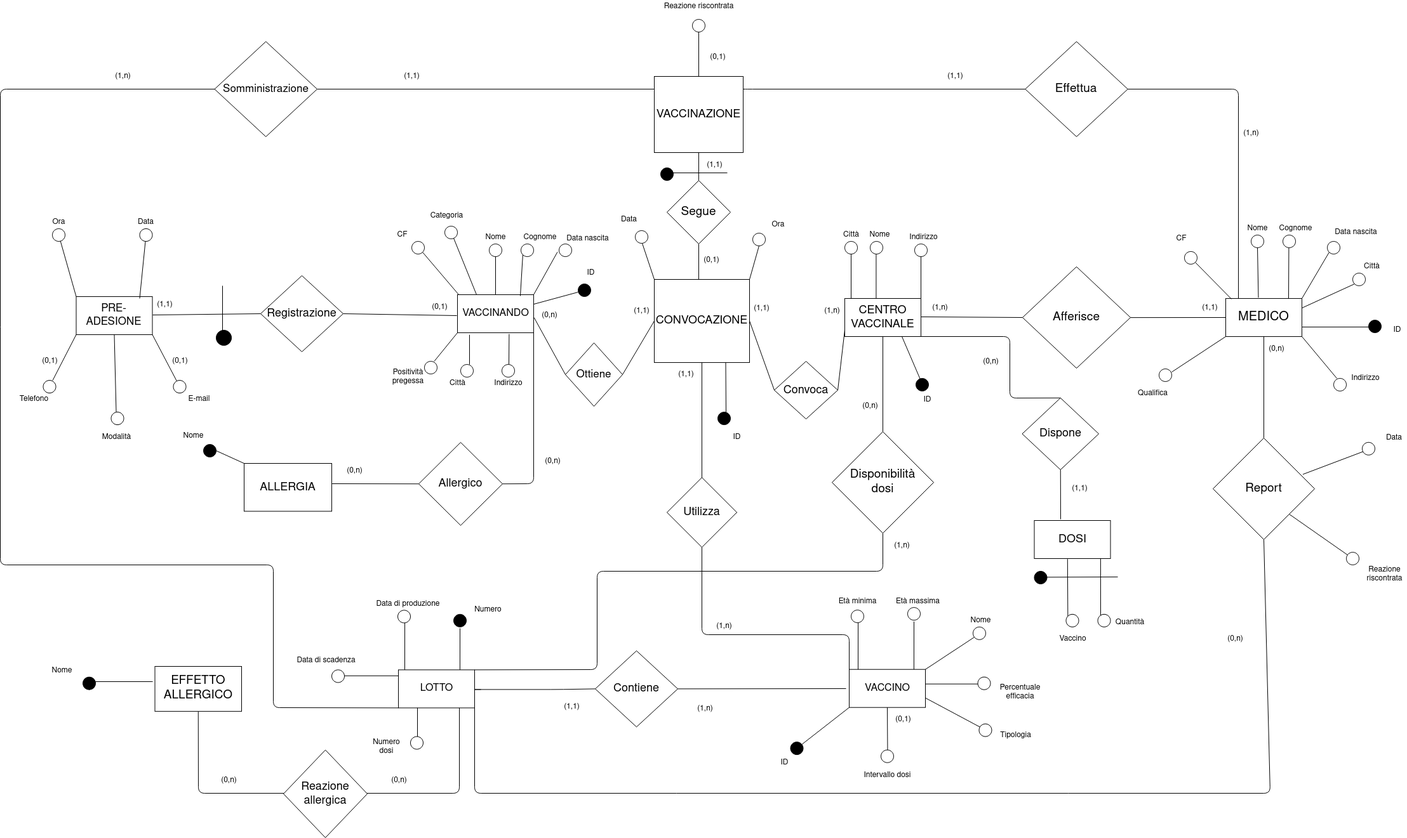
shaggyishere/VaccineDatabase keeps this draw.io diagram as bd/ERristrutturato.png. Above is the earlier version. Source tidied: cells renumbered, new cells last; positions are measured from the earlier drawing's top-left corner, leaving out a move shared by most shapes.
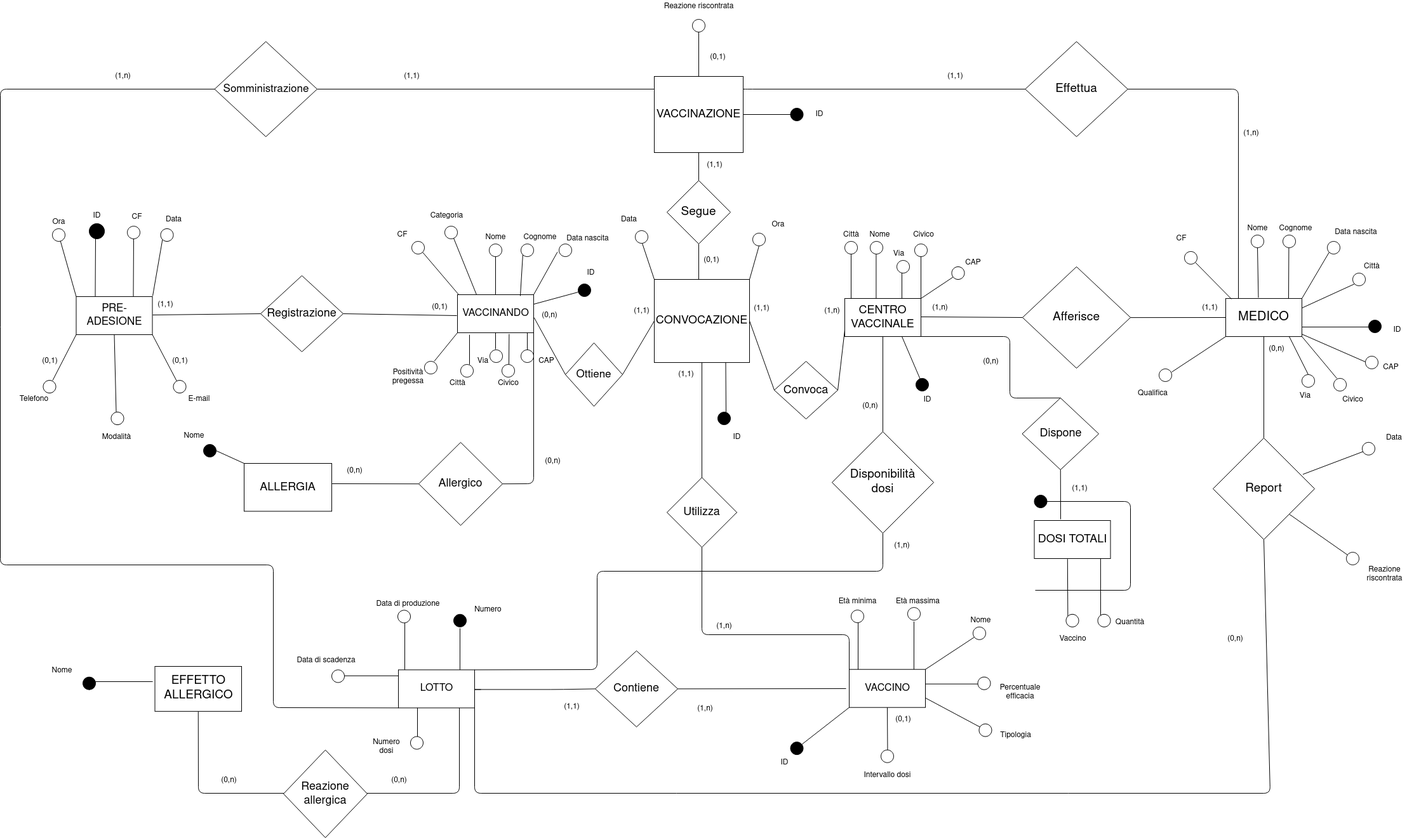
After the commit.

The edit, as a diff of the source:
```diff
@@ -50,8 +50,8 @@
     <mxCell id="15" value="&lt;font style=&quot;font-size: 18px&quot;&gt;VACCINAZIONE&lt;/font&gt;" style="rectangle;whiteSpace=wrap;html=1;strokeWidth=1;fillColor=#FFFFFF;" parent="1" vertex="1">
       <mxGeometry x="1030" y="120" width="140" height="120" as="geometry" />
     </mxCell>
-    <mxCell id="16" value="Indirizzo" style="text;html=1;align=center;verticalAlign=middle;strokeColor=none;" parent="1" vertex="1">
-      <mxGeometry x="1424" y="364" width="60" height="20" as="geometry" />
+    <mxCell id="16" value="Via" style="text;html=1;align=center;verticalAlign=middle;strokeColor=none;" parent="1" vertex="1">
+      <mxGeometry x="1400" y="390" width="30" height="20" as="geometry" />
     </mxCell>
     <mxCell id="17" style="endArrow=none;html=1;exitX=1.024;exitY=0.507;exitDx=0;exitDy=0;exitPerimeter=0;entryX=0;entryY=0.5;entryDx=0;entryDy=0;" parent="1" edge="1" target="19">
       <mxGeometry relative="1" as="geometry">
@@ -177,17 +177,16 @@
     <mxCell id="45" value="&lt;font style=&quot;font-size: 17px&quot;&gt;PRE-ADESIONE&lt;/font&gt;" style="rounded=0;whiteSpace=wrap;html=1;" parent="1" vertex="1">
       <mxGeometry x="119.5" y="467" width="120" height="60" as="geometry" />
     </mxCell>
-    <mxCell id="46" style="endArrow=none;html=1;exitX=0.669;exitY=0.192;exitDx=0;exitDy=0;exitPerimeter=0;" parent="1" edge="1">
+    <mxCell id="46" style="endArrow=none;html=1;entryX=0;entryY=1;entryDx=0;entryDy=0;" parent="1" edge="1" target="47">
       <mxGeometry relative="1" as="geometry">
-        <mxPoint x="219.5" y="470" as="sourcePoint" />
-        <mxPoint x="229.5" y="370" as="targetPoint" />
+        <mxPoint x="240" y="466" as="sourcePoint" />
       </mxGeometry>
     </mxCell>
     <mxCell id="47" style="ellipse;whiteSpace=wrap;html=1;strokeWidth=1;" parent="1" vertex="1">
-      <mxGeometry x="219.5" y="360" width="20" height="20" as="geometry" />
+      <mxGeometry x="252.5" y="360" width="20" height="20" as="geometry" />
     </mxCell>
     <mxCell id="48" value="Data " style="text;html=1;align=center;verticalAlign=middle;strokeColor=none;" parent="1" vertex="1">
-      <mxGeometry x="209.5" y="340" width="40" height="20" as="geometry" />
+      <mxGeometry x="252.5" y="336" width="40" height="20" as="geometry" />
     </mxCell>
     <mxCell id="49" style="endArrow=none;html=1;exitX=0;exitY=0;exitDx=0;exitDy=0;" parent="1" edge="1">
       <mxGeometry relative="1" as="geometry">
@@ -316,8 +315,8 @@
     <mxCell id="83" style="ellipse;whiteSpace=wrap;html=1;strokeWidth=1;" parent="1" vertex="1">
       <mxGeometry x="725" y="574" width="20" height="20" as="geometry" />
     </mxCell>
-    <mxCell id="84" value="Indirizzo" style="text;html=1;align=center;verticalAlign=middle;strokeColor=none;" parent="1" vertex="1">
-      <mxGeometry x="770" y="594" width="60" height="20" as="geometry" />
+    <mxCell id="84" value="Civico" style="text;html=1;align=center;verticalAlign=middle;strokeColor=none;" parent="1" vertex="1">
+      <mxGeometry x="775" y="594" width="50" height="20" as="geometry" />
     </mxCell>
     <mxCell id="85" value="Città" style="text;html=1;align=center;verticalAlign=middle;strokeColor=none;" parent="1" vertex="1">
       <mxGeometry x="700" y="594" width="40" height="20" as="geometry" />
@@ -491,8 +490,8 @@
     <mxCell id="132" value="Città" style="text;html=1;align=center;verticalAlign=middle;strokeColor=none;" parent="1" vertex="1">
       <mxGeometry x="2140" y="410" width="40" height="20" as="geometry" />
     </mxCell>
-    <mxCell id="133" value="Indirizzo" style="text;html=1;align=center;verticalAlign=middle;strokeColor=none;" parent="1" vertex="1">
-      <mxGeometry x="2120" y="586" width="60" height="20" as="geometry" />
+    <mxCell id="133" value="Via" style="text;html=1;align=center;verticalAlign=middle;strokeColor=none;" parent="1" vertex="1">
+      <mxGeometry x="2040" y="614" width="30" height="20" as="geometry" />
     </mxCell>
     <mxCell id="134" style="endArrow=none;html=1;entryX=0;entryY=1;entryDx=0;entryDy=0;" parent="1" edge="1" target="115">
       <mxGeometry relative="1" as="geometry">
@@ -514,14 +513,13 @@
     <mxCell id="139" value="(1,1)" style="text;html=1;align=center;verticalAlign=middle;strokeColor=none;" parent="1" vertex="1">
       <mxGeometry x="1885" y="475" width="40" height="20" as="geometry" />
     </mxCell>
-    <mxCell id="140" style="endArrow=none;html=1;" parent="1" edge="1">
+    <mxCell id="140" style="endArrow=none;html=1;exitX=0.25;exitY=0;exitDx=0;exitDy=0;" parent="1" edge="1" source="45">
       <mxGeometry relative="1" as="geometry">
-        <mxPoint x="350" y="450" as="sourcePoint" />
-        <mxPoint x="350" y="530" as="targetPoint" />
+        <mxPoint x="150" y="370" as="targetPoint" />
       </mxGeometry>
     </mxCell>
     <mxCell id="141" style="ellipse;whiteSpace=wrap;html=1;strokeWidth=1;fillColor=#000000;" parent="1" vertex="1">
-      <mxGeometry x="340" y="520" width="24" height="24" as="geometry" />
+      <mxGeometry x="140" y="352" width="24" height="24" as="geometry" />
     </mxCell>
     <mxCell id="142" value="&lt;font style=&quot;font-size: 18px&quot;&gt;Allergico &lt;br&gt;&lt;/font&gt;" style="rhombus;whiteSpace=wrap;html=1;fillColor=#FFFFFF;" parent="1" vertex="1">
       <mxGeometry x="659" y="696.8" width="132" height="130.9" as="geometry" />
@@ -797,15 +795,6 @@
     <mxCell id="212" value="(1,1)" style="text;html=1;align=center;verticalAlign=middle;strokeColor=none;" parent="1" vertex="1">
       <mxGeometry x="1105" y="250" width="40" height="20" as="geometry" />
     </mxCell>
-    <mxCell id="213" style="endArrow=none;html=1;" parent="1" edge="1">
-      <mxGeometry relative="1" as="geometry">
-        <mxPoint x="1145" y="272" as="sourcePoint" />
-        <mxPoint x="1055" y="272" as="targetPoint" />
-      </mxGeometry>
-    </mxCell>
-    <mxCell id="214" style="ellipse;whiteSpace=wrap;html=1;strokeWidth=1;fillColor=#000000;" parent="1" vertex="1">
-      <mxGeometry x="1040" y="264" width="20" height="20" as="geometry" />
-    </mxCell>
     <mxCell id="215" style="endArrow=none;html=1;entryX=1;entryY=0;entryDx=0;entryDy=0;" parent="1" edge="1" target="106">
       <mxGeometry relative="1" as="geometry">
         <mxPoint x="1540" y="1000" as="sourcePoint" />
@@ -842,7 +831,7 @@
     <mxCell id="223" value="&lt;font style=&quot;font-size: 18px&quot;&gt;Dispone&lt;/font&gt;" style="rhombus;whiteSpace=wrap;html=1;strokeWidth=1;fillColor=#FFFFFF;" parent="1" vertex="1">
       <mxGeometry x="1609.5" y="626.8" width="120.5" height="113.2" as="geometry" />
     </mxCell>
-    <mxCell id="224" value="&lt;font style=&quot;font-size: 18px&quot;&gt;DOSI&lt;/font&gt;" style="whiteSpace=wrap;html=1;strokeWidth=1;fillColor=#FFFFFF;" parent="1" vertex="1">
+    <mxCell id="224" value="&lt;font style=&quot;font-size: 18px&quot;&gt;DOSI TOTALI&lt;br&gt;&lt;/font&gt;" style="whiteSpace=wrap;html=1;strokeWidth=1;fillColor=#FFFFFF;" parent="1" vertex="1">
       <mxGeometry x="1628.5" y="820" width="120" height="60" as="geometry" />
     </mxCell>
     <mxCell id="225" style="endArrow=none;html=1;entryX=0.5;entryY=1;entryDx=0;entryDy=0;" parent="1" edge="1" target="223">
@@ -876,14 +865,109 @@
     <mxCell id="233" value="(1,1)" style="text;html=1;align=center;verticalAlign=middle;strokeColor=none;" parent="1" vertex="1">
       <mxGeometry x="1680" y="760" width="40" height="20" as="geometry" />
     </mxCell>
-    <mxCell id="234" style="endArrow=none;html=1;" parent="1" edge="1">
+    <mxCell id="234" style="endArrow=none;html=1;exitX=1;exitY=0.5;exitDx=0;exitDy=0;" parent="1" edge="1" source="235">
       <mxGeometry relative="1" as="geometry">
-        <mxPoint x="1638.5" y="909.4" as="sourcePoint" />
-        <mxPoint x="1760" y="909" as="targetPoint" />
+        <mxPoint x="1630" y="930" as="targetPoint" />
+        <Array as="points">
+          <mxPoint x="1780" y="790" />
+          <mxPoint x="1780" y="930" />
+        </Array>
       </mxGeometry>
     </mxCell>
     <mxCell id="235" style="ellipse;whiteSpace=wrap;html=1;strokeWidth=1;fillColor=#000000;" parent="1" vertex="1">
-      <mxGeometry x="1628.5" y="900" width="20" height="20" as="geometry" />
+      <mxGeometry x="1628.5" y="780" width="20" height="20" as="geometry" />
     </mxCell>
+    <mxCell id="236" value="ID" style="text;html=1;align=center;verticalAlign=middle;strokeColor=none;" parent="1" vertex="1">
+      <mxGeometry x="137" y="330" width="30" height="20" as="geometry" />
+    </mxCell>
+    <mxCell id="237" style="endArrow=none;html=1;exitX=0.75;exitY=0;exitDx=0;exitDy=0;" parent="1" edge="1" source="45">
+      <mxGeometry relative="1" as="geometry">
+        <mxPoint x="210" y="370" as="targetPoint" />
+      </mxGeometry>
+    </mxCell>
+    <mxCell id="238" style="ellipse;whiteSpace=wrap;html=1;strokeWidth=1;" parent="1" vertex="1">
+      <mxGeometry x="200" y="356" width="20" height="20" as="geometry" />
+    </mxCell>
+    <mxCell id="239" value="CF" style="text;html=1;align=center;verticalAlign=middle;strokeColor=none;" parent="1" vertex="1">
+      <mxGeometry x="200" y="332" width="30" height="20" as="geometry" />
+    </mxCell>
+    <mxCell id="240" style="endArrow=none;html=1;entryX=1;entryY=0.5;entryDx=0;entryDy=0;" parent="1" edge="1" target="15">
+      <mxGeometry relative="1" as="geometry">
+        <mxPoint x="1250" y="180" as="sourcePoint" />
+      </mxGeometry>
+    </mxCell>
+    <mxCell id="241" style="ellipse;whiteSpace=wrap;html=1;strokeWidth=1;fillColor=#000000;" parent="1" vertex="1">
+      <mxGeometry x="1244.5" y="170" width="20" height="20" as="geometry" />
+    </mxCell>
+    <mxCell id="242" value="ID" style="text;html=1;align=center;verticalAlign=middle;strokeColor=none;" parent="1" vertex="1">
+      <mxGeometry x="1275" y="170" width="30" height="20" as="geometry" />
+    </mxCell>
+    <mxCell id="243" style="endArrow=none;html=1;entryX=0.75;entryY=0;entryDx=0;entryDy=0;" parent="1" edge="1" target="5">
+      <mxGeometry relative="1" as="geometry">
+        <mxPoint x="1420" y="420" as="sourcePoint" />
+      </mxGeometry>
+    </mxCell>
+    <mxCell id="244" style="ellipse;whiteSpace=wrap;html=1;strokeWidth=1;" parent="1" vertex="1">
+      <mxGeometry x="1412" y="410" width="20" height="20" as="geometry" />
+    </mxCell>
+    <mxCell id="245" value="CAP" style="text;html=1;align=center;verticalAlign=middle;strokeColor=none;" parent="1" vertex="1">
+      <mxGeometry x="1512" y="404" width="40" height="20" as="geometry" />
+    </mxCell>
+    <mxCell id="246" style="endArrow=none;html=1;" parent="1" edge="1">
+      <mxGeometry relative="1" as="geometry">
+        <mxPoint x="1510" y="430" as="sourcePoint" />
+        <mxPoint x="1450" y="470" as="targetPoint" />
+      </mxGeometry>
+    </mxCell>
+    <mxCell id="247" style="ellipse;whiteSpace=wrap;html=1;strokeWidth=1;" parent="1" vertex="1">
+      <mxGeometry x="1498.5" y="420" width="20" height="20" as="geometry" />
+    </mxCell>
+    <mxCell id="248" value="Civico" style="text;html=1;align=center;verticalAlign=middle;strokeColor=none;" parent="1" vertex="1">
+      <mxGeometry x="1429" y="360" width="50" height="20" as="geometry" />
+    </mxCell>
+    <mxCell id="249" style="endArrow=none;html=1;exitX=0.833;exitY=0.999;exitDx=0;exitDy=0;exitPerimeter=0;" parent="1" edge="1" source="115">
+      <mxGeometry relative="1" as="geometry">
+        <mxPoint x="2060" y="590" as="targetPoint" />
+      </mxGeometry>
+    </mxCell>
+    <mxCell id="250" style="endArrow=none;html=1;" parent="1" edge="1" source="115">
+      <mxGeometry relative="1" as="geometry">
+        <mxPoint x="2150" y="570" as="targetPoint" />
+      </mxGeometry>
+    </mxCell>
+    <mxCell id="251" style="ellipse;whiteSpace=wrap;html=1;strokeWidth=1;" parent="1" vertex="1">
+      <mxGeometry x="2150" y="561" width="20" height="20" as="geometry" />
+    </mxCell>
+    <mxCell id="252" value="CAP" style="text;html=1;align=center;verticalAlign=middle;strokeColor=none;" parent="1" vertex="1">
+      <mxGeometry x="2170" y="569" width="40" height="20" as="geometry" />
+    </mxCell>
+    <mxCell id="253" style="ellipse;whiteSpace=wrap;html=1;strokeWidth=1;" parent="1" vertex="1">
+      <mxGeometry x="2050" y="590" width="20" height="20" as="geometry" />
+    </mxCell>
+    <mxCell id="254" value="Civico" style="text;html=1;align=center;verticalAlign=middle;strokeColor=none;" parent="1" vertex="1">
+      <mxGeometry x="2105" y="620" width="50" height="20" as="geometry" />
+    </mxCell>
+    <mxCell id="255" style="endArrow=none;html=1;exitX=0.5;exitY=1;exitDx=0;exitDy=0;" parent="1" edge="1" source="64">
+      <mxGeometry relative="1" as="geometry">
+        <mxPoint x="780" y="550" as="targetPoint" />
+      </mxGeometry>
+    </mxCell>
+    <mxCell id="256" style="ellipse;whiteSpace=wrap;html=1;strokeWidth=1;" parent="1" vertex="1">
+      <mxGeometry x="771" y="551" width="20" height="20" as="geometry" />
+    </mxCell>
+    <mxCell id="257" value="Via" style="text;html=1;align=center;verticalAlign=middle;strokeColor=none;" parent="1" vertex="1">
+      <mxGeometry x="745" y="559" width="30" height="20" as="geometry" />
+    </mxCell>
+    <mxCell id="258" style="endArrow=none;html=1;exitX=0.917;exitY=1.006;exitDx=0;exitDy=0;exitPerimeter=0;" parent="1" edge="1" source="64">
+      <mxGeometry relative="1" as="geometry">
+        <mxPoint x="830" y="560" as="targetPoint" />
+      </mxGeometry>
+    </mxCell>
+    <mxCell id="259" style="ellipse;whiteSpace=wrap;html=1;strokeWidth=1;" parent="1" vertex="1">
+      <mxGeometry x="820" y="551" width="20" height="20" as="geometry" />
+    </mxCell>
+    <mxCell id="260" value="CAP" style="text;html=1;align=center;verticalAlign=middle;strokeColor=none;" parent="1" vertex="1">
+      <mxGeometry x="840" y="559" width="40" height="20" as="geometry" />
+    </mxCell>
   </root>
 </mxGraphModel>
```
